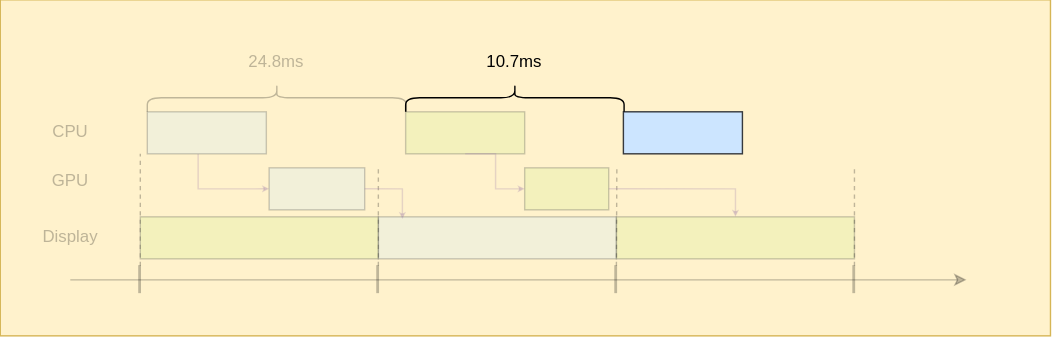
Earlier version of the draw.io export public/posts/timestep-and-frame-pacing-2/resources/croteam_8.svg (raylee9919/raylee9919.github.io). Source tidied: cells renumbered, new cells last; positions are measured from the earlier drawing's top-left corner, leaving out a move shared by most shapes.
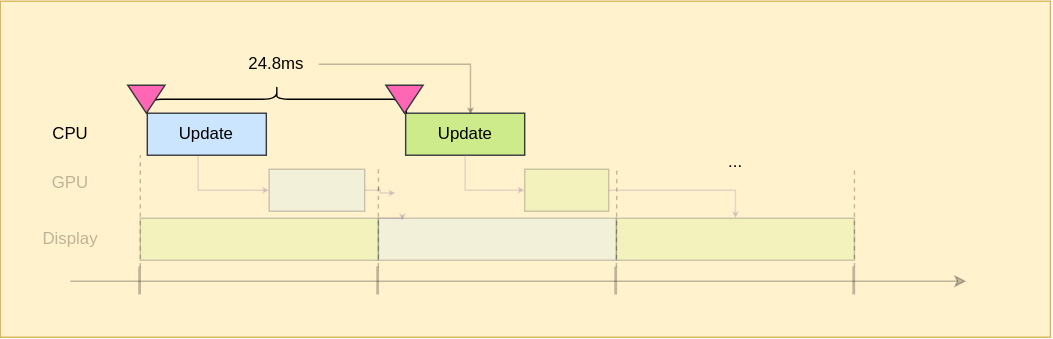
After the change.

What changed in the source:
```diff
@@ -17,7 +17,7 @@
         <mxPoint x="100" y="212" as="targetPoint" />
       </mxGeometry>
     </mxCell>
-    <mxCell id="5" style="rounded=0;whiteSpace=wrap;html=1;fillColor=#cce5ff;strokeColor=#36393d;textOpacity=25;opacity=25;" parent="1" vertex="1">
+    <mxCell id="5" style="rounded=0;whiteSpace=wrap;html=1;fillColor=#cce5ff;strokeColor=#36393d;textOpacity=25;" parent="1" vertex="1">
       <mxGeometry x="105" y="102" width="85" height="30" as="geometry" />
     </mxCell>
     <mxCell id="6" style="rounded=0;whiteSpace=wrap;html=1;fillColor=#cce5ff;strokeColor=#36393d;opacity=25;" parent="1" vertex="1">
@@ -46,15 +46,17 @@
     </mxCell>
     <mxCell id="11" style="endArrow=none;dashed=1;html=1;rounded=0;entryX=0;entryY=1;entryDx=0;entryDy=0;opacity=25;" parent="1" edge="1">
       <mxGeometry relative="1" as="geometry">
-        <mxPoint x="270" y="212" as="sourcePoint" />
+        <mxPoint x="270.2" y="157" as="sourcePoint" />
         <mxPoint x="270" y="142" as="targetPoint" />
       </mxGeometry>
     </mxCell>
     <mxCell id="12" style="endArrow=classic;html=1;rounded=0;exitX=0.427;exitY=1.007;exitDx=0;exitDy=0;entryX=0;entryY=0.5;entryDx=0;entryDy=0;endSize=2;edgeStyle=orthogonalEdgeStyle;fillColor=#e1d5e7;strokeColor=#9673a6;exitPerimeter=0;opacity=25;" parent="1" edge="1" source="5" target="6">
       <mxGeometry relative="1" as="geometry" />
     </mxCell>
-    <mxCell id="13" style="endArrow=classic;html=1;rounded=0;exitX=1;exitY=0.5;exitDx=0;exitDy=0;endSize=2;edgeStyle=orthogonalEdgeStyle;entryX=0.101;entryY=0.052;entryDx=0;entryDy=0;fillColor=#e1d5e7;strokeColor=#9673a6;entryPerimeter=0;opacity=25;" parent="1" edge="1" source="6" target="7">
-      <mxGeometry relative="1" as="geometry" />
+    <mxCell id="13" style="endArrow=classic;html=1;rounded=0;exitX=1;exitY=0.5;exitDx=0;exitDy=0;endSize=2;edgeStyle=orthogonalEdgeStyle;entryX=0.101;entryY=0.052;entryDx=0;entryDy=0;fillColor=#e1d5e7;strokeColor=#9673a6;entryPerimeter=0;opacity=25;" parent="1" edge="1" target="7">
+      <mxGeometry relative="1" as="geometry">
+        <mxPoint x="270.3" y="177" as="sourcePoint" />
+      </mxGeometry>
     </mxCell>
     <mxCell id="14" style="rounded=0;whiteSpace=wrap;html=1;fillColor=#cdeb8b;strokeColor=#36393d;opacity=25;" parent="1" vertex="1">
       <mxGeometry x="100" y="177" width="170" height="30" as="geometry" />
@@ -74,7 +76,7 @@
         <mxPoint x="610" y="142" as="targetPoint" />
       </mxGeometry>
     </mxCell>
-    <mxCell id="18" style="rounded=0;whiteSpace=wrap;html=1;fillColor=#cdeb8b;strokeColor=#36393d;opacity=25;" parent="1" vertex="1">
+    <mxCell id="18" style="rounded=0;whiteSpace=wrap;html=1;fillColor=#cdeb8b;strokeColor=#36393d;" parent="1" vertex="1">
       <mxGeometry x="289.5" y="102" width="85" height="30" as="geometry" />
     </mxCell>
     <mxCell id="19" style="rounded=0;whiteSpace=wrap;html=1;fillColor=#cdeb8b;strokeColor=#36393d;textOpacity=25;opacity=25;" parent="1" vertex="1">
@@ -86,37 +88,55 @@
         <mxPoint x="440.3" y="142.3" as="targetPoint" />
       </mxGeometry>
     </mxCell>
-    <mxCell id="21" style="endArrow=classic;html=1;rounded=0;exitX=1;exitY=0.5;exitDx=0;exitDy=0;endSize=2;edgeStyle=orthogonalEdgeStyle;fillColor=#e1d5e7;strokeColor=#9673a6;opacity=25;" parent="1" edge="1" source="19" target="16">
-      <mxGeometry relative="1" as="geometry" />
+    <mxCell id="21" value="..." style="text;html=1;whiteSpace=wrap;strokeColor=none;fillColor=none;align=center;verticalAlign=middle;rounded=0;opacity=25;" parent="1" vertex="1">
+      <mxGeometry x="495" y="122" width="60" height="30" as="geometry" />
     </mxCell>
-    <mxCell id="22" style="shape=curlyBracket;whiteSpace=wrap;html=1;rounded=1;flipH=1;labelPosition=right;verticalLabelPosition=middle;align=left;verticalAlign=middle;legacyAnchorPoints=0;rotation=-90;textOpacity=25;opacity=25;" parent="1" vertex="1">
-      <mxGeometry x="187.5" y="-0.5" width="20" height="185" as="geometry" />
+    <mxCell id="22" style="endArrow=classic;html=1;rounded=0;exitX=1;exitY=0.5;exitDx=0;exitDy=0;endSize=2;edgeStyle=orthogonalEdgeStyle;fillColor=#e1d5e7;strokeColor=#9673a6;opacity=25;" parent="1" edge="1" source="19" target="16">
+      <mxGeometry relative="1" as="geometry" />
     </mxCell>
-    <mxCell id="23" value="24.8ms" style="text;html=1;whiteSpace=wrap;strokeColor=none;fillColor=none;align=center;verticalAlign=middle;rounded=0;textOpacity=25;" parent="1" vertex="1">
-      <mxGeometry x="167.5" y="52" width="60" height="30" as="geometry" />
+    <mxCell id="23" style="shape=curlyBracket;whiteSpace=wrap;html=1;rounded=1;flipH=1;labelPosition=right;verticalLabelPosition=middle;align=left;verticalAlign=middle;legacyAnchorPoints=0;rotation=-90;textOpacity=25;" parent="1" vertex="1">
+      <mxGeometry x="187.5" y="-0.5" width="20" height="185" as="geometry" />
     </mxCell>
-    <mxCell id="24" value="CPU" style="text;html=1;whiteSpace=wrap;strokeColor=none;fillColor=none;align=center;verticalAlign=middle;rounded=0;textOpacity=25;" parent="1" vertex="1">
-      <mxGeometry x="20" y="102" width="60" height="30" as="geometry" />
+    <mxCell id="24" value="24.8ms" style="text;html=1;whiteSpace=wrap;strokeColor=none;fillColor=none;align=center;verticalAlign=middle;rounded=0;" parent="1" vertex="1">
+      <mxGeometry x="167.5" y="52" width="60" height="30" as="geometry" />
     </mxCell>
-    <mxCell id="25" value="GPU" style="text;html=1;whiteSpace=wrap;strokeColor=none;fillColor=none;align=center;verticalAlign=middle;rounded=0;textOpacity=25;" parent="1" vertex="1">
-      <mxGeometry x="20" y="137" width="60" height="30" as="geometry" />
+    <mxCell id="25" style="endArrow=classic;html=1;rounded=0;exitX=1;exitY=0.5;exitDx=0;exitDy=0;entryX=0.545;entryY=0.029;entryDx=0;entryDy=0;entryPerimeter=0;edgeStyle=orthogonalEdgeStyle;endSize=2;opacity=25;" parent="1" edge="1" source="24" target="18">
+      <mxGeometry relative="1" as="geometry" />
     </mxCell>
-    <mxCell id="26" value="Display" style="text;html=1;whiteSpace=wrap;strokeColor=none;fillColor=none;align=center;verticalAlign=middle;rounded=0;textOpacity=25;" parent="1" vertex="1">
-      <mxGeometry x="20" y="177" width="60" height="30" as="geometry" />
+    <mxCell id="26" value="Update" style="text;html=1;whiteSpace=wrap;strokeColor=none;fillColor=none;align=center;verticalAlign=middle;rounded=0;" parent="1" vertex="1">
+      <mxGeometry x="302" y="102" width="60" height="30" as="geometry" />
     </mxCell>
-    <mxCell id="27" style="endArrow=classic;html=1;rounded=0;exitX=0.5;exitY=1;exitDx=0;exitDy=0;entryX=0;entryY=0.5;entryDx=0;entryDy=0;endSize=2;edgeStyle=orthogonalEdgeStyle;fillColor=#e1d5e7;strokeColor=#9673a6;textOpacity=25;opacity=25;" parent="1" edge="1" target="19">
-      <mxGeometry relative="1" as="geometry">
-        <mxPoint x="332" y="132" as="sourcePoint" />
-      </mxGeometry>
+    <mxCell id="27" value="CPU" style="text;html=1;whiteSpace=wrap;strokeColor=none;fillColor=none;align=center;verticalAlign=middle;rounded=0;" parent="1" vertex="1">
+      <mxGeometry x="20" y="102" width="60" height="30" as="geometry" />
     </mxCell>
-    <mxCell id="28" style="rounded=0;whiteSpace=wrap;html=1;fillColor=#cce5ff;strokeColor=#36393d;" parent="1" vertex="1">
-      <mxGeometry x="445" y="102" width="85" height="30" as="geometry" />
+    <mxCell id="28" value="GPU" style="text;html=1;whiteSpace=wrap;strokeColor=none;fillColor=none;align=center;verticalAlign=middle;rounded=0;textOpacity=25;" parent="1" vertex="1">
+      <mxGeometry x="20" y="137" width="60" height="30" as="geometry" />
     </mxCell>
-    <mxCell id="29" style="shape=curlyBracket;whiteSpace=wrap;html=1;rounded=1;flipH=1;labelPosition=right;verticalLabelPosition=middle;align=left;verticalAlign=middle;legacyAnchorPoints=0;rotation=-90;textOpacity=25;" parent="1" vertex="1">
-      <mxGeometry x="357.5" y="14" width="20" height="156" as="geometry" />
+    <mxCell id="29" value="Display" style="text;html=1;whiteSpace=wrap;strokeColor=none;fillColor=none;align=center;verticalAlign=middle;rounded=0;opacity=25;textOpacity=25;" parent="1" vertex="1">
+      <mxGeometry x="20" y="177" width="60" height="30" as="geometry" />
     </mxCell>
-    <mxCell id="30" value="10.7ms" style="text;html=1;whiteSpace=wrap;strokeColor=none;fillColor=none;align=center;verticalAlign=middle;rounded=0;" parent="1" vertex="1">
-      <mxGeometry x="337.5" y="52" width="60" height="30" as="geometry" />
+    <mxCell id="30" style="endArrow=classic;html=1;rounded=0;exitX=0.5;exitY=1;exitDx=0;exitDy=0;entryX=0;entryY=0.5;entryDx=0;entryDy=0;endSize=2;edgeStyle=orthogonalEdgeStyle;fillColor=#e1d5e7;strokeColor=#9673a6;textOpacity=25;opacity=25;" parent="1" edge="1" source="26" target="19">
+      <mxGeometry relative="1" as="geometry" />
     </mxCell>
+    <mxCell id="31" style="endArrow=classic;html=1;rounded=0;exitX=1;exitY=0.5;exitDx=0;exitDy=0;endSize=2;edgeStyle=orthogonalEdgeStyle;entryX=0.101;entryY=0.052;entryDx=0;entryDy=0;fillColor=#e1d5e7;strokeColor=#9673a6;entryPerimeter=0;opacity=25;" parent="1" edge="1" source="6">
+      <mxGeometry relative="1" as="geometry">
+        <mxPoint x="282.3" y="159" as="targetPoint" />
+      </mxGeometry>
+    </mxCell>
+    <mxCell id="32" style="endArrow=none;dashed=1;html=1;rounded=0;opacity=25;" parent="1" edge="1">
+      <mxGeometry relative="1" as="geometry">
+        <mxPoint x="270" y="212" as="sourcePoint" />
+        <mxPoint x="270" y="152" as="targetPoint" />
+      </mxGeometry>
+    </mxCell>
+    <mxCell id="33" style="triangle;whiteSpace=wrap;html=1;shapeInside=1;rotation=90;fillColor=#FF66B3;strokeColor=#36393d;" parent="1" vertex="1">
+      <mxGeometry x="94.3" y="78.7" width="20" height="26.7" as="geometry" />
+    </mxCell>
+    <mxCell id="34" style="triangle;whiteSpace=wrap;html=1;shapeInside=1;rotation=90;fillColor=#FF66B3;strokeColor=#36393d;" parent="1" vertex="1">
+      <mxGeometry x="278.7" y="78.7" width="20" height="26.7" as="geometry" />
+    </mxCell>
+    <mxCell id="35" value="Update" style="text;html=1;whiteSpace=wrap;strokeColor=none;fillColor=none;align=center;verticalAlign=middle;rounded=0;" parent="1" vertex="1">
+      <mxGeometry x="117.5" y="102" width="60" height="30" as="geometry" />
+    </mxCell>
   </root>
 </mxGraphModel>
```
